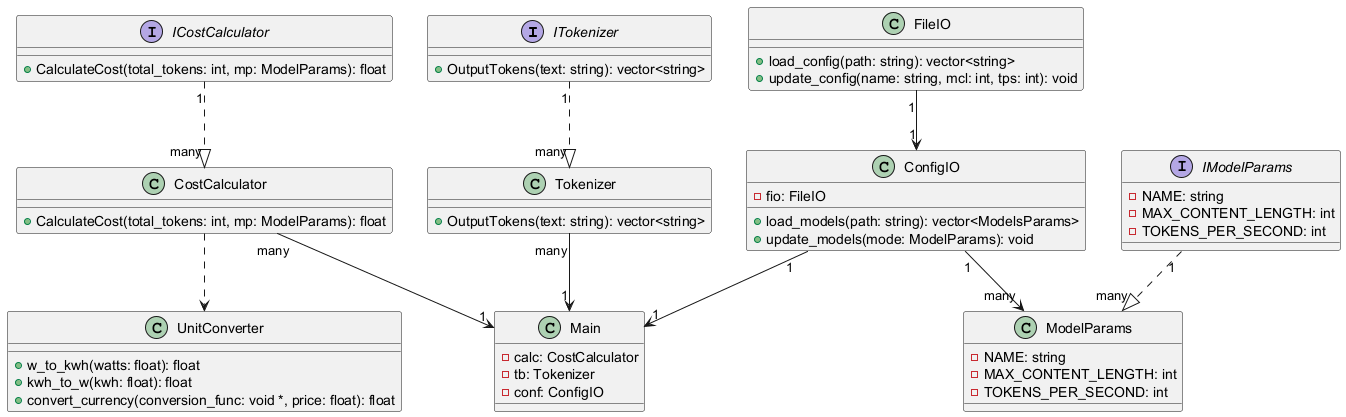
The PlantUML diagram uml/AITokenAnalyzer.png in TeejMcSteez/ITCS3112FinalProject, before a commit.
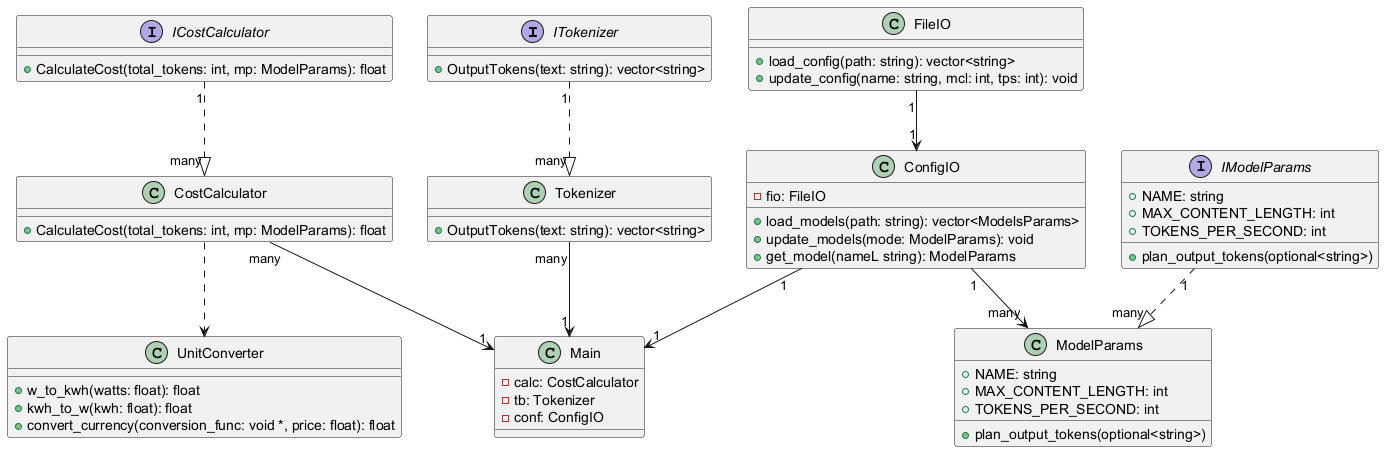
Above is the later version.

Diff of the diagram source:
```diff
@@ -17,15 +17,17 @@
 }
 
 interface IModelParams {
-    -NAME: string
-    -MAX_CONTENT_LENGTH: int
-    -TOKENS_PER_SECOND: int
+    +NAME: string
+    +MAX_CONTENT_LENGTH: int
+    +TOKENS_PER_SECOND: int
+    +plan_output_tokens(optional<string>)
 }
 
 class ModelParams {
-    -NAME: string
-    -MAX_CONTENT_LENGTH: int
-    -TOKENS_PER_SECOND: int
+    +NAME: string
+    +MAX_CONTENT_LENGTH: int
+    +TOKENS_PER_SECOND: int
+    +plan_output_tokens(optional<string>)
 }
 
 class FileIO {
@@ -37,6 +39,7 @@
     -fio: FileIO
     +load_models(path: string): vector<ModelsParams>
     +update_models(mode: ModelParams): void
+    +get_model(nameL string): ModelParams
 }
 
 class UnitConverter {
```
